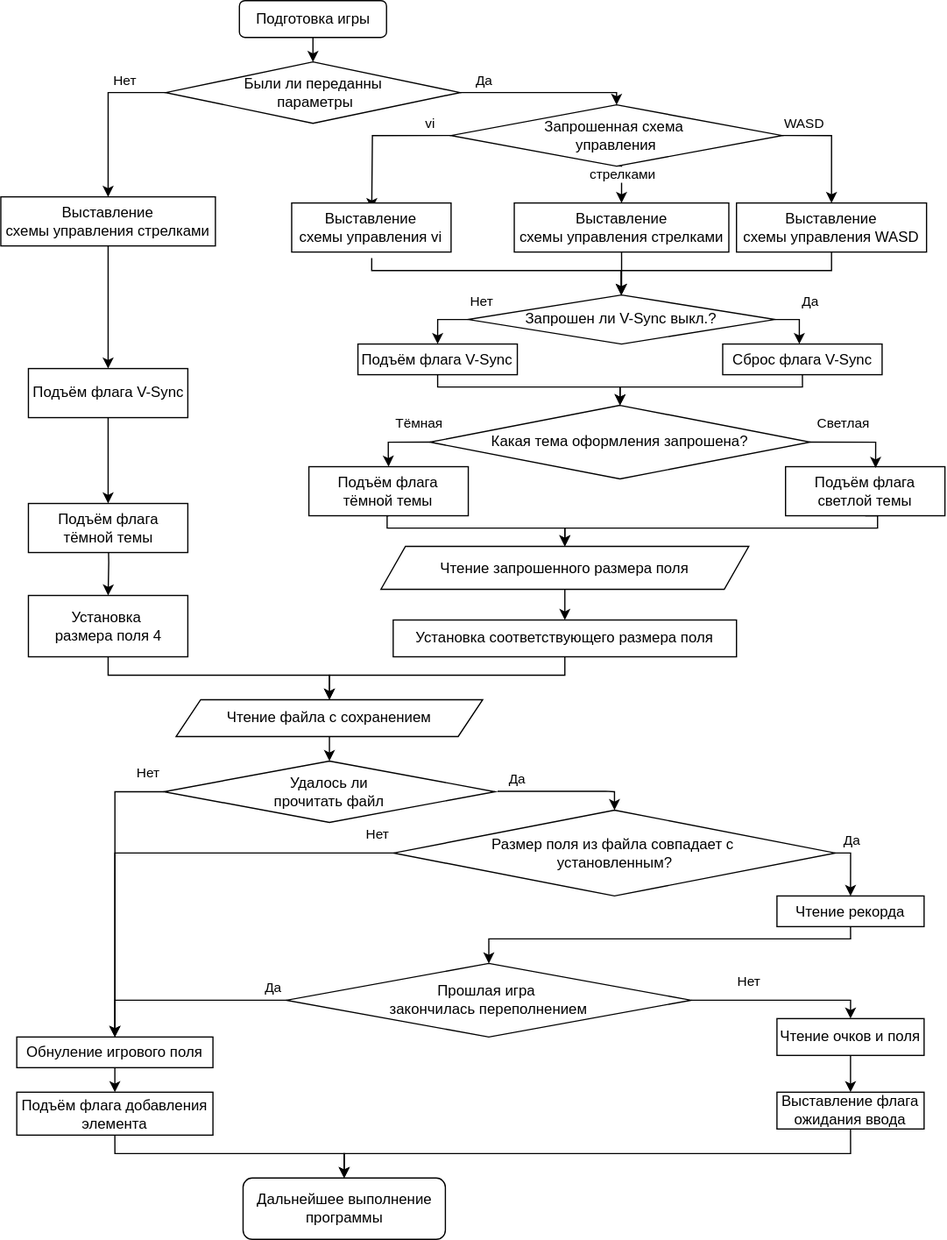
The draw.io diagram report/Установка параметров.drawio.svg in zhigunovsemyon/2048, before a commit. Source tidied: cells renumbered, new cells last; positions are measured from the earlier drawing's top-left corner, leaving out a move shared by most shapes.
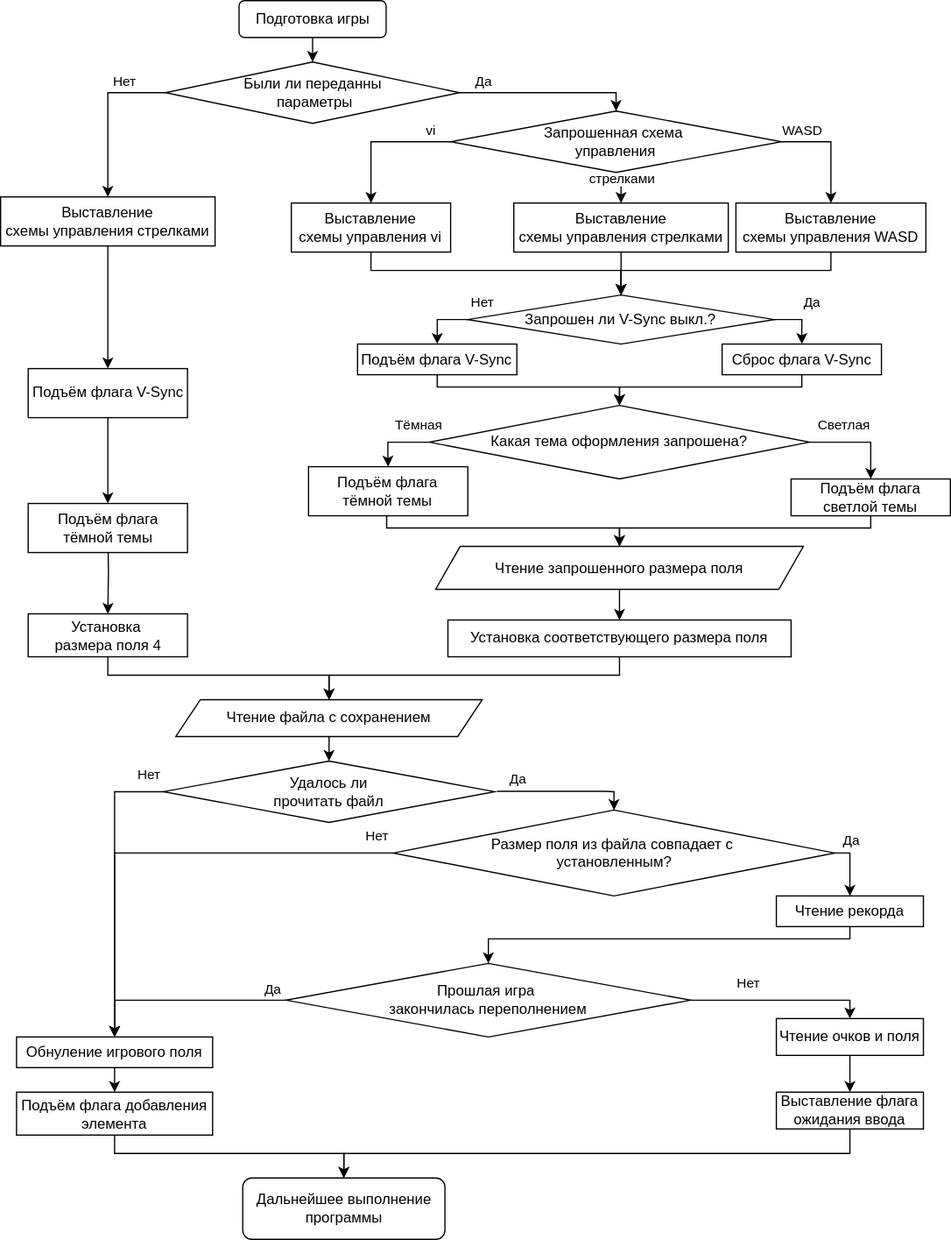
Above is the later version.

The edit, as a diff of the source:
```diff
@@ -11,10 +11,8 @@
     <mxCell id="4" value="Дальнейшее выполнение программы" style="rounded=1;whiteSpace=wrap;html=1;" parent="1" vertex="1">
       <mxGeometry x="197.6" y="960" width="165" height="50" as="geometry" />
     </mxCell>
-    <mxCell id="5" style="edgeStyle=orthogonalEdgeStyle;rounded=0;jettySize=auto;html=1;exitX=0;exitY=0.5;exitDx=0;exitDy=0;entryX=0.5;entryY=0;entryDx=0;entryDy=0;" parent="1" edge="1" source="11">
-      <mxGeometry relative="1" as="geometry">
-        <mxPoint x="302.5" y="170" as="targetPoint" />
-      </mxGeometry>
+    <mxCell id="5" style="edgeStyle=orthogonalEdgeStyle;rounded=0;jettySize=auto;html=1;exitX=0;exitY=0.5;exitDx=0;exitDy=0;entryX=0.5;entryY=0;entryDx=0;entryDy=0;" parent="1" edge="1" source="11" target="13">
+      <mxGeometry relative="1" as="geometry" />
     </mxCell>
     <mxCell id="6" value="vi" style="edgeLabel;html=1;align=center;verticalAlign=middle;" parent="5" vertex="1">
       <mxGeometry x="-0.7" relative="1" as="geometry">
@@ -38,13 +36,12 @@
       </mxGeometry>
     </mxCell>
     <mxCell id="11" value="&lt;div&gt;Запрошенная схема&amp;nbsp;&lt;/div&gt;&lt;div&gt;управления&lt;/div&gt;" style="rhombus;whiteSpace=wrap;html=1;" parent="1" vertex="1">
-      <mxGeometry x="367.2" y="85" width="270" height="50" as="geometry" />
+      <mxGeometry x="367.2" y="90" width="270" height="50" as="geometry" />
     </mxCell>
-    <mxCell id="12" style="edgeStyle=orthogonalEdgeStyle;rounded=0;jettySize=auto;html=1;exitX=0.5;exitY=1;exitDx=0;exitDy=0;entryX=0.5;entryY=0;entryDx=0;entryDy=0;" parent="1" edge="1" target="22">
+    <mxCell id="12" style="edgeStyle=orthogonalEdgeStyle;rounded=0;jettySize=auto;html=1;exitX=0.5;exitY=1;exitDx=0;exitDy=0;entryX=0.5;entryY=0;entryDx=0;entryDy=0;" parent="1" edge="1" source="13" target="22">
       <mxGeometry relative="1" as="geometry">
-        <mxPoint x="302.5" y="210" as="sourcePoint" />
         <Array as="points">
-          <mxPoint x="303" y="220" />
+          <mxPoint x="302" y="220" />
           <mxPoint x="506" y="220" />
           <mxPoint x="506" y="240" />
         </Array>
@@ -133,10 +130,11 @@
         <mxPoint x="19" y="-12" as="offset" />
       </mxGeometry>
     </mxCell>
-    <mxCell id="29" style="edgeStyle=orthogonalEdgeStyle;rounded=0;jettySize=auto;html=1;exitX=1;exitY=0.5;exitDx=0;exitDy=0;" parent="1" edge="1" source="22" target="26">
+    <mxCell id="29" style="edgeStyle=orthogonalEdgeStyle;rounded=0;jettySize=auto;html=1;exitX=1;exitY=0.5;exitDx=0;exitDy=0;entryX=0.5;entryY=0;entryDx=0;entryDy=0;" parent="1" edge="1" source="22" target="26">
       <mxGeometry relative="1" as="geometry">
         <Array as="points">
-          <mxPoint x="651.2" y="260" />
+          <mxPoint x="654" y="260" />
+          <mxPoint x="654" y="280" />
         </Array>
       </mxGeometry>
     </mxCell>
@@ -153,7 +151,7 @@
         <Array as="points">
           <mxPoint x="315" y="420" />
           <mxPoint x="315" y="430" />
-          <mxPoint x="460" y="430" />
+          <mxPoint x="505" y="430" />
         </Array>
       </mxGeometry>
     </mxCell>
@@ -163,14 +161,13 @@
     <mxCell id="34" style="edgeStyle=orthogonalEdgeStyle;rounded=0;jettySize=auto;html=1;exitX=0.5;exitY=1;exitDx=0;exitDy=0;entryX=0.5;entryY=0;entryDx=0;entryDy=0;" parent="1" edge="1" source="35" target="41">
       <mxGeometry relative="1" as="geometry">
         <Array as="points">
-          <mxPoint x="715" y="420" />
-          <mxPoint x="715" y="430" />
-          <mxPoint x="460" y="430" />
+          <mxPoint x="710" y="430" />
+          <mxPoint x="505" y="430" />
         </Array>
       </mxGeometry>
     </mxCell>
     <mxCell id="35" value="&lt;div&gt;Подъём флага&lt;/div&gt;&lt;div&gt;светлой темы&lt;br&gt;&lt;/div&gt;" style="rounded=0;whiteSpace=wrap;html=1;" parent="1" vertex="1">
-      <mxGeometry x="640" y="380" width="130" height="40" as="geometry" />
+      <mxGeometry x="645" y="390" width="130" height="30" as="geometry" />
     </mxCell>
     <mxCell id="36" style="edgeStyle=orthogonalEdgeStyle;rounded=0;jettySize=auto;html=1;exitX=0;exitY=0.5;exitDx=0;exitDy=0;entryX=0.5;entryY=0;entryDx=0;entryDy=0;" parent="1" edge="1" source="31" target="33">
       <mxGeometry relative="1" as="geometry">
@@ -185,7 +182,7 @@
         <mxPoint y="-12" as="offset" />
       </mxGeometry>
     </mxCell>
-    <mxCell id="38" style="edgeStyle=orthogonalEdgeStyle;rounded=0;jettySize=auto;html=1;entryX=0.565;entryY=0.025;entryDx=0;entryDy=0;entryPerimeter=0;exitX=1;exitY=0.5;exitDx=0;exitDy=0;" parent="1" edge="1" source="31" target="35">
+    <mxCell id="38" style="edgeStyle=orthogonalEdgeStyle;rounded=0;jettySize=auto;html=1;entryX=0.5;entryY=0;entryDx=0;entryDy=0;exitX=1;exitY=0.5;exitDx=0;exitDy=0;" parent="1" edge="1" source="31" target="35">
       <mxGeometry relative="1" as="geometry" />
     </mxCell>
     <mxCell id="39" value="Светлая" style="edgeLabel;html=1;align=center;verticalAlign=middle;" parent="38" vertex="1">
@@ -193,22 +190,22 @@
         <mxPoint x="15" y="-12" as="offset" />
       </mxGeometry>
     </mxCell>
-    <mxCell id="40" style="edgeStyle=orthogonalEdgeStyle;rounded=0;jettySize=auto;html=1;exitX=0.5;exitY=1;exitDx=0;exitDy=0;entryX=0.5;entryY=0;entryDx=0;entryDy=0;" parent="1" edge="1" source="41" target="43">
+    <mxCell id="40" style="edgeStyle=orthogonalEdgeStyle;rounded=0;jettySize=auto;html=1;entryX=0.5;entryY=0;entryDx=0;entryDy=0;exitX=0.5;exitY=1;exitDx=0;exitDy=0;" parent="1" edge="1" source="41" target="43">
       <mxGeometry relative="1" as="geometry" />
     </mxCell>
     <mxCell id="41" value="Чтение запрошенного размера поля" style="shape=parallelogram;perimeter=parallelogramPerimeter;whiteSpace=wrap;html=1;fixedSize=1;" parent="1" vertex="1">
-      <mxGeometry x="310" y="445" width="300" height="35" as="geometry" />
+      <mxGeometry x="355" y="445" width="300" height="35" as="geometry" />
     </mxCell>
     <mxCell id="42" style="edgeStyle=orthogonalEdgeStyle;rounded=0;jettySize=auto;html=1;exitX=0.5;exitY=1;exitDx=0;exitDy=0;entryX=0.5;entryY=0;entryDx=0;entryDy=0;" parent="1" edge="1" source="43" target="45">
       <mxGeometry relative="1" as="geometry">
         <Array as="points">
-          <mxPoint x="460" y="550" />
+          <mxPoint x="505" y="550" />
           <mxPoint x="268" y="550" />
         </Array>
       </mxGeometry>
     </mxCell>
     <mxCell id="43" value="Установка соответствующего размера поля" style="rounded=0;whiteSpace=wrap;html=1;" parent="1" vertex="1">
-      <mxGeometry x="320" y="505" width="280" height="30" as="geometry" />
+      <mxGeometry x="365" y="505" width="280" height="30" as="geometry" />
     </mxCell>
     <mxCell id="44" style="edgeStyle=orthogonalEdgeStyle;rounded=0;jettySize=auto;html=1;exitX=0.5;exitY=1;exitDx=0;exitDy=0;entryX=0.5;entryY=0;entryDx=0;entryDy=0;" parent="1" edge="1" source="45" target="61">
       <mxGeometry relative="1" as="geometry" />
@@ -248,7 +245,7 @@
       </mxGeometry>
     </mxCell>
     <mxCell id="54" value="&lt;div&gt;Установка&amp;nbsp;&lt;/div&gt;&lt;div&gt;размера поля 4&lt;/div&gt;" style="rounded=0;whiteSpace=wrap;html=1;" parent="1" vertex="1">
-      <mxGeometry x="22.5" y="485" width="130" height="50" as="geometry" />
+      <mxGeometry x="22.5" y="500" width="130" height="35" as="geometry" />
     </mxCell>
     <mxCell id="55" style="edgeStyle=orthogonalEdgeStyle;rounded=0;jettySize=auto;html=1;exitX=0.5;exitY=1;exitDx=0;exitDy=0;entryX=0.5;entryY=0;entryDx=0;entryDy=0;" parent="1" edge="1" source="56" target="68">
       <mxGeometry relative="1" as="geometry" />
```
